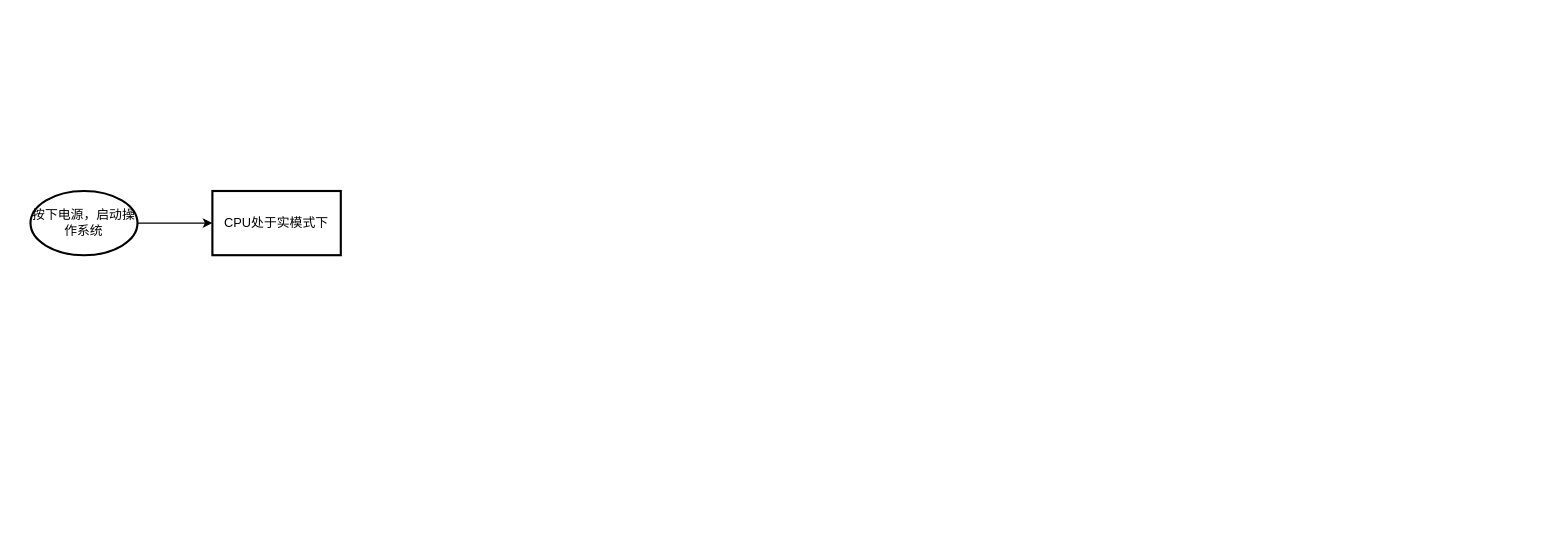
This is 操作系统.drawio from Xrtero/Xrtero, a draw.io file, before an edit. Source tidied: cells renumbered, new cells numbered last; positions are measured from the earlier drawing's top-left corner, leaving out a move shared by most shapes. Both pictures are drawn from the tidied source at 107%, with x=0, y=0 at pixel (30, 190).
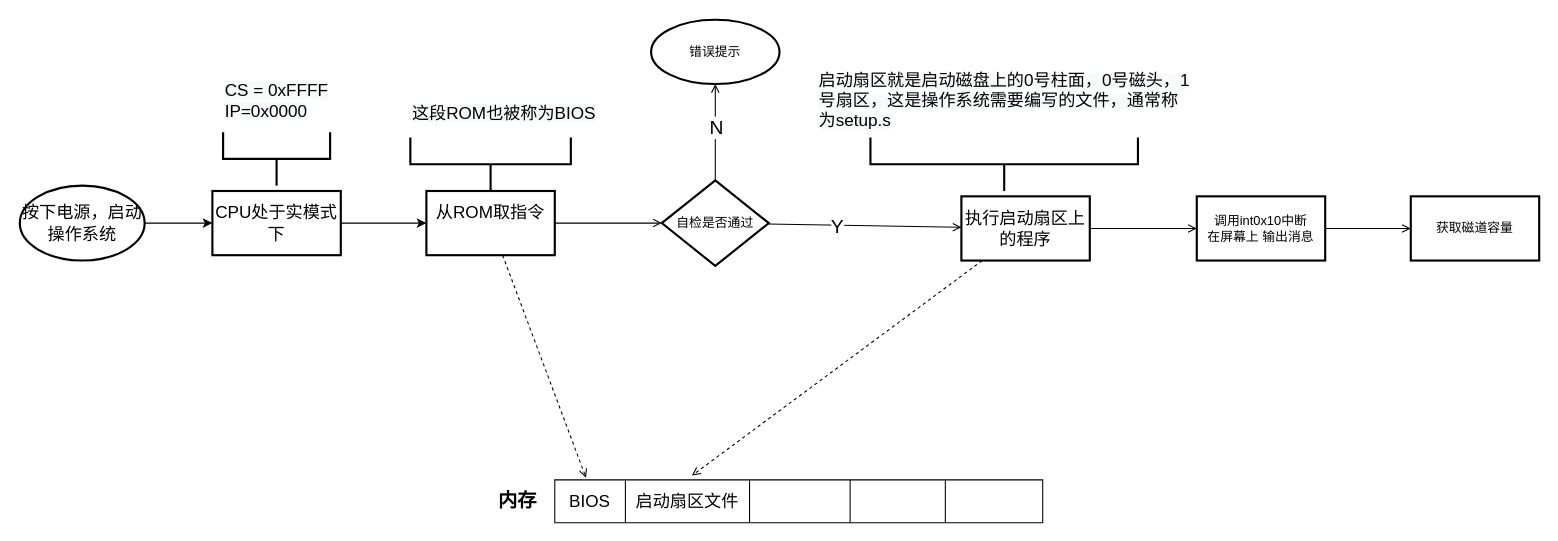
The same diagram, later.

Commit message:
更新操作系统.drawio

The edit, as a diff of the source:
```diff
@@
-    <mxCell id="3" value="按下电源，启动操作系统" style="strokeWidth=2;html=1;shape=mxgraph.flowchart.start_1;whiteSpace=wrap;" parent="1" vertex="1">
-      <mxGeometry width="100" height="60" as="geometry" />
+    <mxCell id="3" value="&lt;font style=&quot;font-size: 16px&quot;&gt;按下电源，启动操作系统&lt;/font&gt;" style="strokeWidth=2;html=1;shape=mxgraph.flowchart.start_1;whiteSpace=wrap;" parent="1" vertex="1">
+      <mxGeometry x="-10" y="-5" width="116.7" height="70" as="geometry" />
     </mxCell>
+    <mxCell id="5" style="edgeStyle=orthogonalEdgeStyle;rounded=0;jettySize=auto;html=1;" parent="1" edge="1" source="4" target="8">
+      <mxGeometry relative="1" as="geometry" />
+    </mxCell>
-    <mxCell id="4" value="CPU处于实模式下" style="whiteSpace=wrap;html=1;strokeWidth=2;" parent="1" vertex="1">
+    <mxCell id="4" value="&lt;font style=&quot;font-size: 16px&quot;&gt;CPU处于实模式下&lt;/font&gt;" style="whiteSpace=wrap;html=1;strokeWidth=2;" parent="1" vertex="1">
       <mxGeometry x="170" width="120" height="60" as="geometry" />
     </mxCell>
+    <mxCell id="6" style="rounded=1;jettySize=auto;html=1;entryX=0.064;entryY=-0.05;entryDx=0;entryDy=0;entryPerimeter=0;dashed=1;fontSize=18;endArrow=open;endFill=0;" parent="1" edge="1" source="8" target="15">
+      <mxGeometry relative="1" as="geometry" />
+    </mxCell>
+    <mxCell id="7" style="edgeStyle=none;rounded=1;jettySize=auto;html=1;fontSize=18;endArrow=open;endFill=0;" parent="1" edge="1" source="8" target="27">
+      <mxGeometry relative="1" as="geometry" />
+    </mxCell>
+    <mxCell id="8" value="&lt;font style=&quot;font-size: 16px&quot;&gt;从ROM取指令&lt;br&gt;&lt;br&gt;&lt;/font&gt;" style="whiteSpace=wrap;html=1;strokeWidth=2;" parent="1" vertex="1">
+      <mxGeometry x="370" width="120" height="60" as="geometry" />
+    </mxCell>
+    <mxCell id="9" style="edgeStyle=none;rounded=1;jettySize=auto;html=1;entryX=0.281;entryY=-0.1;entryDx=0;entryDy=0;entryPerimeter=0;dashed=1;fontSize=18;endArrow=open;endFill=0;" parent="1" edge="1" source="11" target="15">
+      <mxGeometry relative="1" as="geometry" />
+    </mxCell>
+    <mxCell id="10" style="edgeStyle=none;rounded=1;jettySize=auto;html=1;fontSize=18;endArrow=open;endFill=0;" parent="1" edge="1" source="11" target="33">
+      <mxGeometry relative="1" as="geometry" />
+    </mxCell>
+    <mxCell id="11" value="&lt;font style=&quot;font-size: 16px&quot;&gt;执行启动扇区上的程序&lt;/font&gt;" style="whiteSpace=wrap;html=1;strokeWidth=2;" parent="1" vertex="1">
+      <mxGeometry x="870" y="5" width="120" height="60" as="geometry" />
+    </mxCell>
+    <mxCell id="12" value="&lt;span style=&quot;color: rgb(0 , 0 , 0) ; font-family: &amp;#34;helvetica&amp;#34; ; font-style: normal ; font-weight: 400 ; letter-spacing: normal ; text-align: center ; text-indent: 0px ; text-transform: none ; word-spacing: 0px ; background-color: rgb(248 , 249 , 250) ; display: inline ; float: none&quot;&gt;&lt;font style=&quot;font-size: 16px&quot;&gt;启动扇区就是启动磁盘上的0号柱面，0号磁头，1号扇区，这是操作系统需要编写的文件，通常称为setup.s&lt;/font&gt;&lt;/span&gt;" style="text;whiteSpace=wrap;html=1;" parent="1" vertex="1">
+      <mxGeometry x="735" y="-120" width="350" height="30" as="geometry" />
+    </mxCell>
+    <mxCell id="13" value="&lt;span style=&quot;color: rgb(0, 0, 0); font-family: helvetica; font-size: 16px; font-style: normal; font-weight: 400; letter-spacing: normal; text-align: center; text-indent: 0px; text-transform: none; word-spacing: 0px; background-color: rgb(248, 249, 250); display: inline; float: none;&quot;&gt;CS = 0xFFFF&lt;/span&gt;&lt;br style=&quot;color: rgb(0, 0, 0); font-family: helvetica; font-size: 16px; font-style: normal; font-weight: 400; letter-spacing: normal; text-align: center; text-indent: 0px; text-transform: none; word-spacing: 0px; background-color: rgb(248, 249, 250);&quot;&gt;&lt;span style=&quot;color: rgb(0, 0, 0); font-family: helvetica; font-size: 16px; font-style: normal; font-weight: 400; letter-spacing: normal; text-align: center; text-indent: 0px; text-transform: none; word-spacing: 0px; background-color: rgb(248, 249, 250); display: inline; float: none;&quot;&gt;IP=0x0000&lt;/span&gt;" style="text;whiteSpace=wrap;html=1;fontSize=16;" parent="1" vertex="1">
+      <mxGeometry x="180" y="-110" width="120" height="50" as="geometry" />
+    </mxCell>
+    <mxCell id="14" style="shape=table;startSize=0;childLayout=tableLayout;fontSize=16;" parent="1" vertex="1">
+      <mxGeometry x="490" y="270" width="456" height="40" as="geometry" />
+    </mxCell>
+    <mxCell id="15" style="shape=tableRow;horizontal=0;startSize=0;swimlaneHead=0;swimlaneBody=0;top=0;left=0;bottom=0;right=0;fillColor=none;points=[[0,0.5],[1,0.5]];portConstraint=eastwest;fontSize=16;" parent="14" vertex="1">
+      <mxGeometry width="456" height="40" as="geometry" />
+    </mxCell>
+    <mxCell id="16" value="BIOS" style="shape=partialRectangle;html=1;whiteSpace=wrap;overflow=hidden;fillColor=none;top=0;left=0;bottom=0;right=0;fontSize=16;" parent="15" vertex="1">
+      <mxGeometry width="66" height="40" as="geometry" />
+    </mxCell>
+    <mxCell id="17" value="启动扇区文件" style="shape=partialRectangle;html=1;whiteSpace=wrap;overflow=hidden;fillColor=none;top=0;left=0;bottom=0;right=0;fontSize=16;" parent="15" vertex="1">
+      <mxGeometry x="66" width="116" height="40" as="geometry" />
+    </mxCell>
+    <mxCell id="18" style="shape=partialRectangle;html=1;whiteSpace=wrap;overflow=hidden;fillColor=none;top=0;left=0;bottom=0;right=0;fontSize=16;" parent="15" vertex="1">
+      <mxGeometry x="182" width="94" height="40" as="geometry" />
+    </mxCell>
+    <mxCell id="19" style="shape=partialRectangle;html=1;whiteSpace=wrap;overflow=hidden;fillColor=none;top=0;left=0;bottom=0;right=0;fontSize=16;" parent="15" vertex="1">
+      <mxGeometry x="276" width="89" height="40" as="geometry" />
+    </mxCell>
+    <mxCell id="20" style="shape=partialRectangle;html=1;whiteSpace=wrap;overflow=hidden;fillColor=none;top=0;left=0;bottom=0;right=0;fontSize=16;" parent="15" vertex="1">
+      <mxGeometry x="365" width="91" height="40" as="geometry" />
+    </mxCell>
+    <mxCell id="21" value="&lt;font style=&quot;font-size: 18px&quot;&gt;&lt;b&gt;内存&lt;/b&gt;&lt;/font&gt;" style="text;html=1;align=center;verticalAlign=middle;fillColor=none;strokeColor=none;rounded=0;fontSize=16;" parent="1" vertex="1">
+      <mxGeometry x="430" y="280" width="50" height="20" as="geometry" />
+    </mxCell>
+    <mxCell id="22" value="&lt;span style=&quot;color: rgb(0, 0, 0); font-family: helvetica; font-size: 16px; font-style: normal; font-weight: 400; letter-spacing: normal; text-align: center; text-indent: 0px; text-transform: none; word-spacing: 0px; background-color: rgb(248, 249, 250); display: inline; float: none;&quot;&gt;这段ROM也被称为BIOS&lt;/span&gt;" style="text;whiteSpace=wrap;html=1;fontSize=18;" parent="1" vertex="1">
+      <mxGeometry x="355" y="-90" width="200" height="40" as="geometry" />
+    </mxCell>
+    <mxCell id="23" style="edgeStyle=none;rounded=1;jettySize=auto;html=1;fontSize=18;endArrow=open;endFill=0;" parent="1" edge="1" source="27" target="11">
+      <mxGeometry relative="1" as="geometry" />
+    </mxCell>
+    <mxCell id="24" value="Y" style="edgeLabel;html=1;align=center;verticalAlign=middle;fontSize=18;" parent="23" vertex="1">
+      <mxGeometry x="-0.28" y="-2" relative="1" as="geometry" />
+    </mxCell>
+    <mxCell id="25" style="edgeStyle=none;rounded=1;jettySize=auto;html=1;fontSize=18;endArrow=open;endFill=0;" parent="1" edge="1" source="27" target="28">
+      <mxGeometry relative="1" as="geometry" />
+    </mxCell>
+    <mxCell id="26" value="N" style="edgeLabel;html=1;align=center;verticalAlign=middle;fontSize=18;" parent="25" vertex="1">
+      <mxGeometry x="0.33" relative="1" as="geometry">
+        <mxPoint y="10" as="offset" />
+      </mxGeometry>
+    </mxCell>
+    <mxCell id="27" value="自检是否通过" style="rhombus;whiteSpace=wrap;html=1;strokeWidth=2;" parent="1" vertex="1">
+      <mxGeometry x="590" y="-10" width="100" height="80" as="geometry" />
+    </mxCell>
+    <mxCell id="28" value="错误提示" style="ellipse;whiteSpace=wrap;html=1;strokeWidth=2;" parent="1" vertex="1">
+      <mxGeometry x="580" y="-160" width="120" height="60" as="geometry" />
+    </mxCell>
+    <mxCell id="29" style="strokeWidth=2;html=1;shape=mxgraph.flowchart.annotation_2;align=left;labelPosition=right;fontSize=18;rotation=-90;" parent="1" vertex="1">
+      <mxGeometry x="205" y="-80" width="50" height="100" as="geometry" />
+    </mxCell>
+    <mxCell id="30" style="strokeWidth=2;html=1;shape=mxgraph.flowchart.annotation_2;align=left;labelPosition=right;fontSize=18;rotation=-90;" parent="1" vertex="1">
+      <mxGeometry x="405" y="-100" width="50" height="150" as="geometry" />
+    </mxCell>
+    <mxCell id="31" style="strokeWidth=2;html=1;shape=mxgraph.flowchart.annotation_2;align=left;labelPosition=right;fontSize=18;rotation=-90;" parent="1" vertex="1">
+      <mxGeometry x="885" y="-150" width="50" height="250" as="geometry" />
+    </mxCell>
+    <mxCell id="32" style="edgeStyle=none;rounded=1;jettySize=auto;html=1;fontSize=18;endArrow=open;endFill=0;" parent="1" edge="1" source="33" target="34">
+      <mxGeometry relative="1" as="geometry" />
+    </mxCell>
+    <mxCell id="33" value="调用int0x10中断&lt;br&gt;在屏幕上 输出消息" style="whiteSpace=wrap;html=1;strokeWidth=2;" parent="1" vertex="1">
+      <mxGeometry x="1090" y="5" width="120" height="60" as="geometry" />
+    </mxCell>
+    <mxCell id="34" value="获取磁道容量" style="whiteSpace=wrap;html=1;strokeWidth=2;" parent="1" vertex="1">
+      <mxGeometry x="1290" y="5" width="120" height="60" as="geometry" />
+    </mxCell>
```
